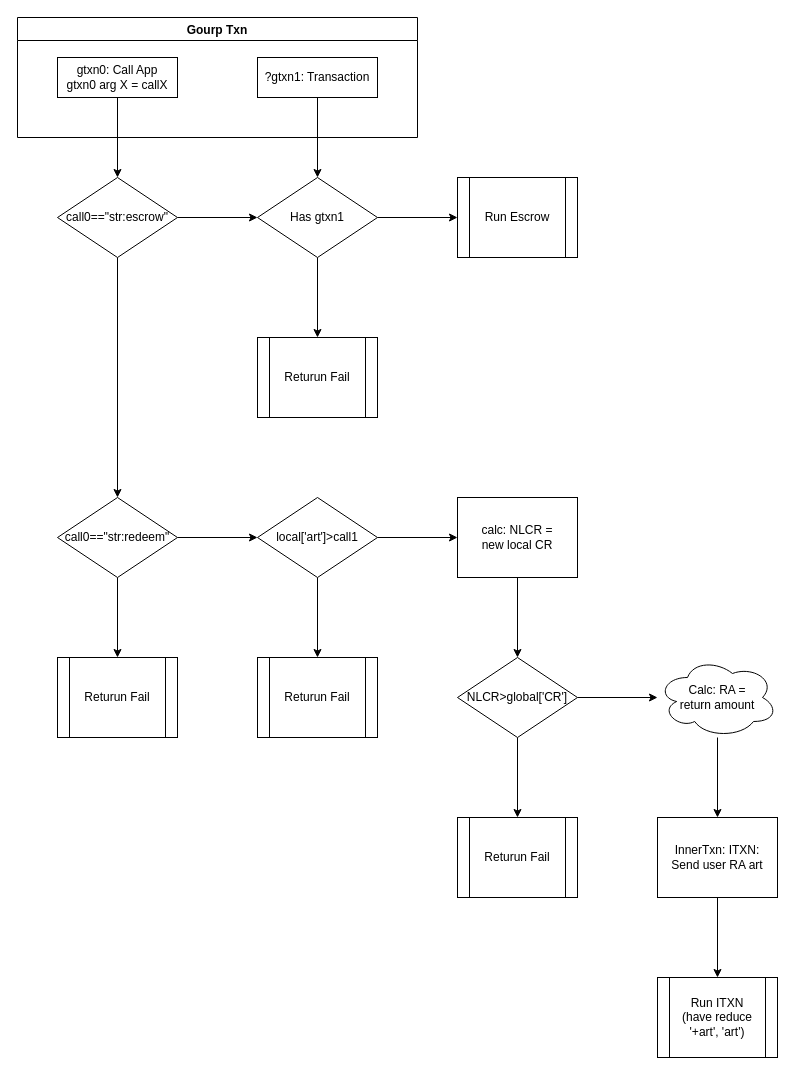
Before: docs/algorand-art-mint-SC.drawio in Artcoin-Network/artificial-algorand-contract, a draw.io diagram. Source tidied: cells renumbered, new cells numbered last; positions are measured from the earlier drawing's top-left corner, leaving out a move shared by most shapes. Both pictures are drawn from the tidied source at 100%, with x=0, y=0 at pixel (17, 17).
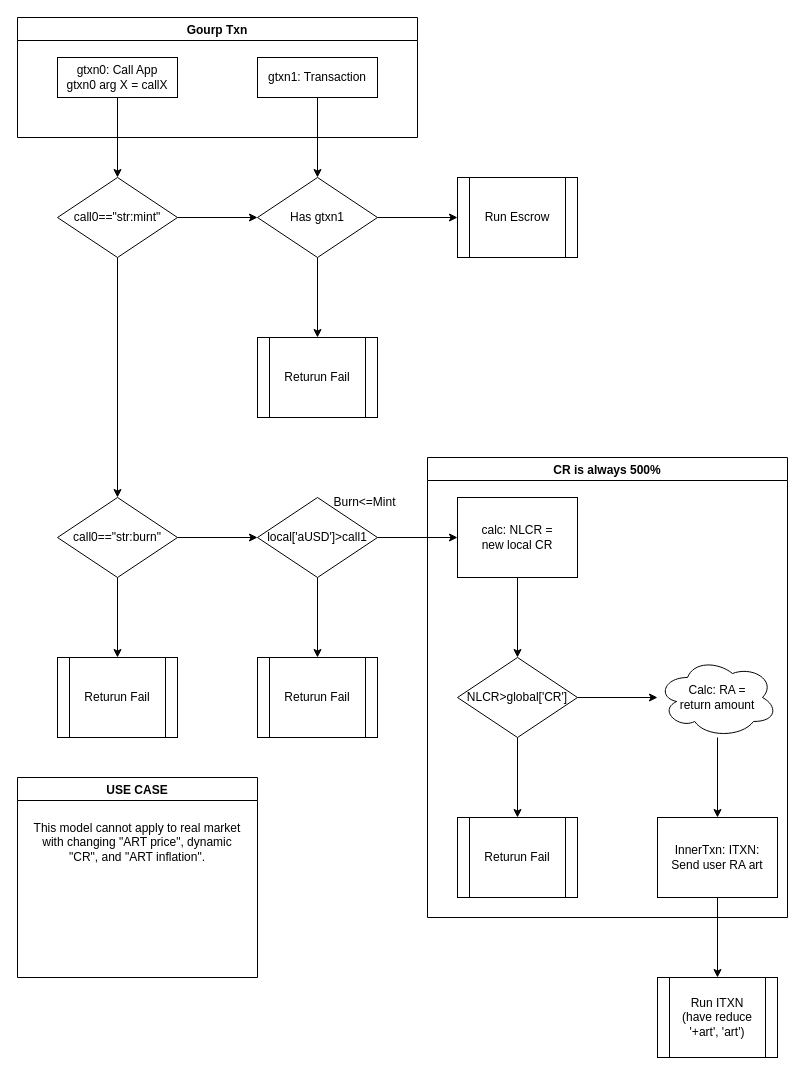
Above is the later version.

Commit message:
docs: fix flowchart on meeting

The change refers to these unchanged cells:
```xml
<mxCell id="2" value="Gourp Txn" style="swimlane;" parent="1" vertex="1">
  <mxGeometry width="400" height="120" as="geometry" />
</mxCell>
```

Change to the diagram source:
```diff
@@
-    <mxCell id="4" value="?gtxn1: Transaction" style="rounded=0;whiteSpace=wrap;html=1;" parent="2" vertex="1">
+    <mxCell id="4" value="gtxn1: Transaction" style="rounded=0;whiteSpace=wrap;html=1;" parent="2" vertex="1">
       <mxGeometry x="240" y="40" width="120" height="40" as="geometry" />
     </mxCell>
@@
-    <mxCell id="7" value="call0==&quot;str:escrow&quot;" style="rhombus;whiteSpace=wrap;html=1;" parent="1" vertex="1">
+    <mxCell id="7" value="call0==&quot;str:mint&quot;" style="rhombus;whiteSpace=wrap;html=1;" parent="1" vertex="1">
       <mxGeometry x="40" y="160" width="120" height="80" as="geometry" />
     </mxCell>
@@
-    <mxCell id="11" value="call0==&quot;str:redeem&quot;" style="rhombus;whiteSpace=wrap;html=1;" parent="1" vertex="1">
+    <mxCell id="11" value="call0==&quot;str:burn&quot;" style="rhombus;whiteSpace=wrap;html=1;" parent="1" vertex="1">
       <mxGeometry x="40" y="480" width="120" height="80" as="geometry" />
     </mxCell>
@@
-    <mxCell id="20" value="local['art']&amp;gt;call1&lt;br&gt;" style="rhombus;whiteSpace=wrap;html=1;" parent="1" vertex="1">
+    <mxCell id="20" value="local['aUSD']&amp;gt;call1" style="rhombus;whiteSpace=wrap;html=1;" parent="1" vertex="1">
       <mxGeometry x="240" y="480" width="120" height="80" as="geometry" />
     </mxCell>
@@
+    <mxCell id="34" value="USE CASE" style="swimlane;" parent="1" vertex="1">
+      <mxGeometry y="760" width="240" height="200" as="geometry" />
+    </mxCell>
+    <mxCell id="35" value="This model cannot apply to real market with changing &quot;ART price&quot;, dynamic &quot;CR&quot;, and &quot;ART inflation&quot;." style="text;html=1;strokeColor=none;fillColor=none;align=center;verticalAlign=middle;whiteSpace=wrap;rounded=0;" parent="34" vertex="1">
+      <mxGeometry x="10" y="30" width="220" height="70" as="geometry" />
+    </mxCell>
+    <mxCell id="36" value="Burn&amp;lt;=Mint" style="text;html=1;strokeColor=none;fillColor=none;align=center;verticalAlign=middle;whiteSpace=wrap;rounded=0;" parent="1" vertex="1">
+      <mxGeometry x="310" y="470" width="75" height="30" as="geometry" />
+    </mxCell>
+    <mxCell id="37" value="CR is always 500%" style="swimlane;" parent="1" vertex="1">
+      <mxGeometry x="410" y="440" width="360" height="460" as="geometry" />
+    </mxCell>
```
